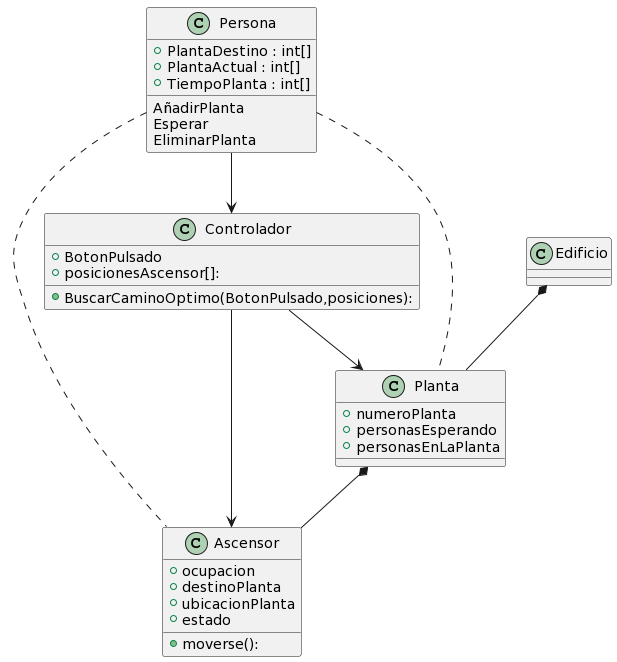
The PlantUML diagram docs/Diagramas/DiagramaClases2.png in mmasias/idsw2, before a commit. The source it was exported from:
```plantuml
@startuml
Class Persona{
  {field} +PlantaDestino : int[]
  {field} +PlantaActual : int[]
  {field} +TiempoPlanta : int[]
  {method} AñadirPlanta
  {method} Esperar
  {method} EliminarPlanta
}

Class Edificio

Class Ascensor
{
  +ocupacion
  +destinoPlanta
  +ubicacionPlanta
  +estado
  +moverse():
}
Class Controlador{
  +BotonPulsado
  +posicionesAscensor[]:
  +BuscarCaminoOptimo(BotonPulsado,posiciones):
}

Class Planta{
  +numeroPlanta
  +personasEsperando
  +personasEnLaPlanta
}

Persona --> Controlador
Persona ..  Planta
Persona .. Ascensor


Controlador --> Ascensor
Controlador --> Planta

Edificio *-- Planta

Planta *-- Ascensor
@enduml
```
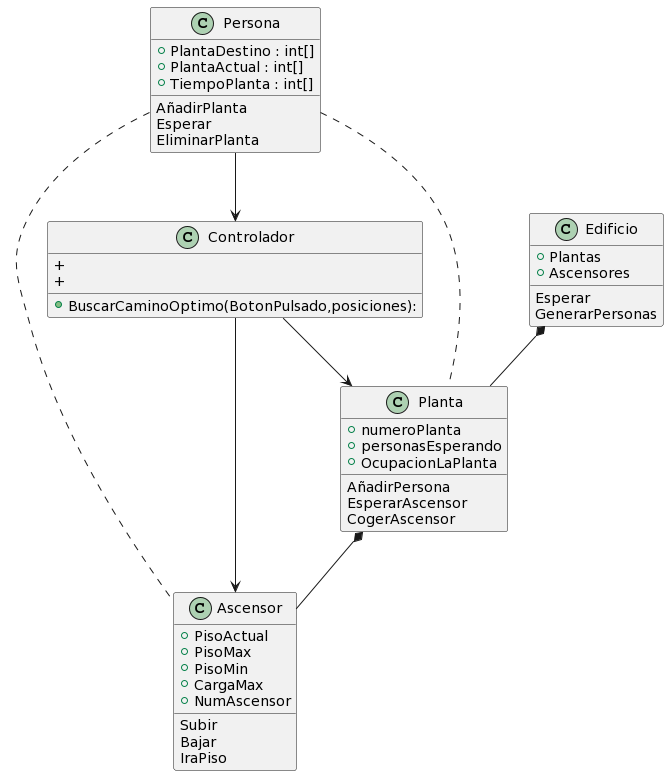
Later version of the same file.

Commit message:
Actualizacion Diagrama Clases

Diff of the diagram source:
```diff
@@ -8,26 +8,38 @@
   {method} EliminarPlanta
 }
 
-Class Edificio
+Class Edificio{
+  +Plantas
+  +Ascensores
+  {method} Esperar
+  {method} GenerarPersonas
+}
 
 Class Ascensor
 {
-  +ocupacion
-  +destinoPlanta
-  +ubicacionPlanta
-  +estado
-  +moverse():
+  +PisoActual
+  +PisoMax
+  +PisoMin
+  +CargaMax
+  +NumAscensor
+  {method} Subir
+  {method} Bajar
+  {method} IraPiso
 }
+
 Class Controlador{
-  +BotonPulsado
-  +posicionesAscensor[]:
+  +
+  +
   +BuscarCaminoOptimo(BotonPulsado,posiciones):
 }
 
 Class Planta{
   +numeroPlanta
   +personasEsperando
-  +personasEnLaPlanta
+  +OcupacionLaPlanta
+  {method} AñadirPersona
+  {method} EsperarAscensor
+  {method} CogerAscensor
 }
 
 Persona --> Controlador
```
